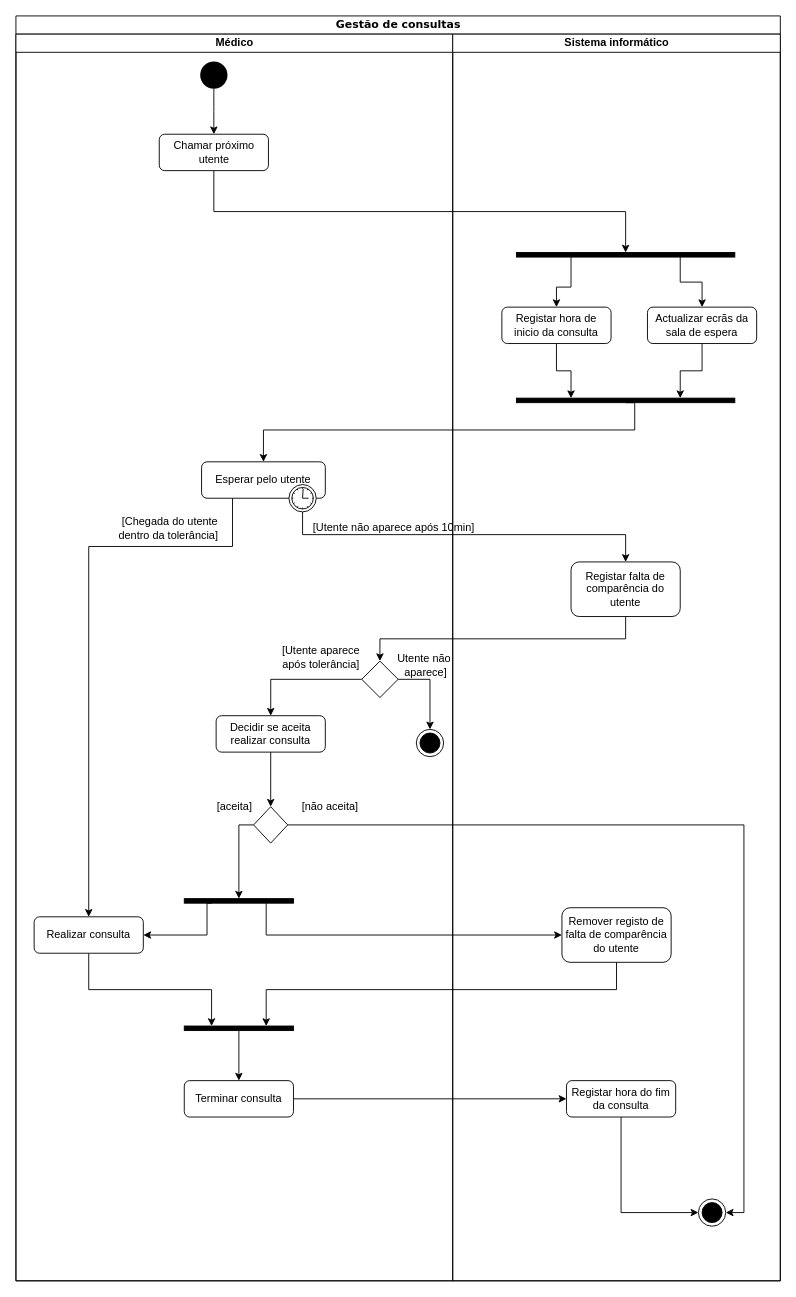
carlan92/Hospital_Management_System keeps this draw.io diagram as page "Gestão consulta" (6 of 6) of 2. Diagramas de Actividades.drawio. Above is the earlier version. Source tidied: cells renumbered, new cells numbered last; positions are measured from the earlier drawing's top-left corner, leaving out a move shared by most shapes. Both pictures are drawn from the tidied source at 91%, with x=0, y=0 at pixel (15, 15).
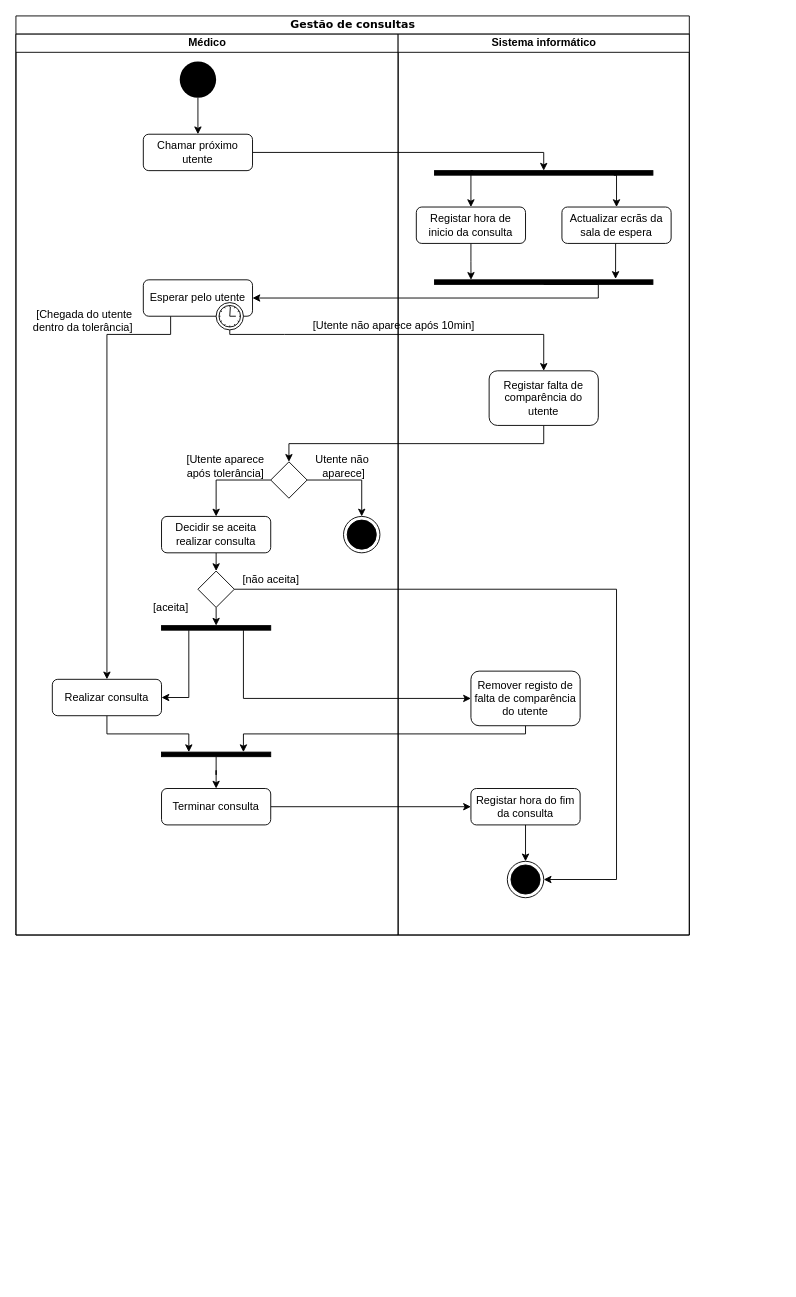
The same page after the edit.

Unchanged cells that the change refers to:
```xml
<mxCell id="26" style="shape=mxgraph.bpmn.timer_start;perimeter=ellipsePerimeter;html=1;verticalLabelPosition=bottom;verticalAlign=top;outlineConnect=0;" parent="25" vertex="1">
  <mxGeometry x="1" y="1" width="30" height="30" relative="1" as="geometry">
    <mxPoint x="-40" y="-15" as="offset" />
  </mxGeometry>
</mxCell>
```

The edit, as a diff of the source:
```diff
@@
     <mxCell id="2" value="Gestão de consultas" style="swimlane;html=1;startSize=20;rounded=0;shadow=0;comic=0;labelBackgroundColor=none;strokeWidth=1;fontFamily=Verdana;fontSize=12;align=center;" parent="1" vertex="1">
-      <mxGeometry width="840" height="1390" as="geometry" />
+      <mxGeometry width="740" height="1010" as="geometry" />
     </mxCell>
-    <mxCell id="3" style="edgeStyle=orthogonalEdgeStyle;rounded=0;jettySize=auto;html=1;exitX=0.5;exitY=1;exitDx=0;exitDy=0;strokeColor=#000000;" parent="2" edge="1" source="11" target="49">
+    <mxCell id="3" style="edgeStyle=orthogonalEdgeStyle;rounded=0;jettySize=auto;html=1;exitX=1;exitY=0.5;exitDx=0;exitDy=0;strokeColor=#000000;entryX=0.5;entryY=1;entryDx=0;entryDy=0;" parent="2" edge="1" source="11" target="49">
       <mxGeometry relative="1" as="geometry" />
     </mxCell>
-    <mxCell id="4" style="edgeStyle=orthogonalEdgeStyle;rounded=0;jettySize=auto;html=1;exitX=0.5;exitY=0;exitDx=0;exitDy=0;strokeColor=#000000;" parent="2" edge="1" source="50" target="25">
-      <mxGeometry relative="1" as="geometry">
-        <Array as="points">
-          <mxPoint x="680" y="455" />
-          <mxPoint x="272" y="455" />
-        </Array>
-      </mxGeometry>
-    </mxCell>
     <mxCell id="5" style="edgeStyle=orthogonalEdgeStyle;rounded=0;jettySize=auto;html=1;exitX=0.5;exitY=1;exitDx=0;exitDy=0;exitPerimeter=0;strokeColor=#000000;entryX=0.5;entryY=0;entryDx=0;entryDy=0;" parent="2" edge="1" source="26" target="44">
       <mxGeometry relative="1" as="geometry">
         <Array as="points">
-          <mxPoint x="315" y="570" />
-          <mxPoint x="670" y="570" />
+          <mxPoint x="295" y="350" />
+          <mxPoint x="640" y="350" />
         </Array>
       </mxGeometry>
     </mxCell>
-    <mxCell id="6" style="edgeStyle=orthogonalEdgeStyle;rounded=0;jettySize=auto;html=1;exitX=0.25;exitY=0;exitDx=0;exitDy=0;entryX=0;entryY=0.5;entryDx=0;entryDy=0;strokeColor=#000000;" parent="2" edge="1" source="23" target="45">
-      <mxGeometry relative="1" as="geometry">
-        <Array as="points">
-          <mxPoint x="275" y="1010" />
-        </Array>
-      </mxGeometry>
-    </mxCell>
+    <mxCell id="36" style="edgeStyle=orthogonalEdgeStyle;rounded=0;jettySize=auto;html=1;exitX=0.5;exitY=1;exitDx=0;exitDy=0;entryX=0.5;entryY=0;entryDx=0;entryDy=0;strokeColor=#000000;" parent="2" edge="1" source="44" target="29">
+      <mxGeometry relative="1" as="geometry">
+        <Array as="points">
+          <mxPoint x="580" y="470" />
+          <mxPoint x="300" y="470" />
+        </Array>
+      </mxGeometry>
+    </mxCell>
+    <mxCell id="38" style="edgeStyle=orthogonalEdgeStyle;rounded=0;jettySize=auto;html=1;entryX=0.25;entryY=1;entryDx=0;entryDy=0;exitX=0.5;exitY=1;exitDx=0;exitDy=0;" parent="2" edge="1" source="45" target="54">
+      <mxGeometry relative="1" as="geometry">
+        <Array as="points">
+          <mxPoint x="560" y="789" />
+          <mxPoint x="250" y="789" />
+        </Array>
+      </mxGeometry>
+    </mxCell>
@@
     <mxCell id="8" value="Médico" style="swimlane;html=1;startSize=20;" parent="2" vertex="1">
-      <mxGeometry y="20" width="480" height="1370" as="geometry" />
+      <mxGeometry y="20" width="420" height="990" as="geometry" />
     </mxCell>
     <mxCell id="9" style="ellipse;fillColor=#000000;strokeColor=none;" parent="8" vertex="1">
-      <mxGeometry x="202.5" y="30" width="30" height="30" as="geometry" />
+      <mxGeometry x="180" y="30" width="40" height="40" as="geometry" />
     </mxCell>
-    <mxCell id="10" style="edgeStyle=orthogonalEdgeStyle;rounded=0;jettySize=auto;html=1;exitX=0.5;exitY=1;exitDx=0;exitDy=0;entryX=0.5;entryY=0;entryDx=0;entryDy=0;" parent="8" edge="1" source="9">
-      <mxGeometry relative="1" as="geometry">
-        <mxPoint x="217.5" y="110" as="targetPoint" />
-      </mxGeometry>
+    <mxCell id="10" style="edgeStyle=orthogonalEdgeStyle;rounded=0;jettySize=auto;html=1;exitX=0.5;exitY=1;exitDx=0;exitDy=0;entryX=0.5;entryY=0;entryDx=0;entryDy=0;" parent="8" edge="1" source="9" target="11">
+      <mxGeometry relative="1" as="geometry" />
     </mxCell>
     <mxCell id="11" value="Chamar próximo utente" style="rounded=1;whiteSpace=wrap;html=1;" parent="8" vertex="1">
-      <mxGeometry x="157.5" y="110" width="120" height="40" as="geometry" />
+      <mxGeometry x="140" y="110" width="120" height="40" as="geometry" />
     </mxCell>
-    <mxCell id="12" style="edgeStyle=orthogonalEdgeStyle;rounded=0;jettySize=auto;html=1;exitX=0.5;exitY=1;exitDx=0;exitDy=0;entryX=0.75;entryY=1;entryDx=0;entryDy=0;" parent="8" edge="1" source="13" target="35">
+    <mxCell id="12" style="edgeStyle=orthogonalEdgeStyle;rounded=0;jettySize=auto;html=1;exitX=0.5;exitY=1;exitDx=0;exitDy=0;entryX=0.75;entryY=1;entryDx=0;entryDy=0;" parent="8" edge="1" source="13" target="54">
       <mxGeometry relative="1" as="geometry">
         <Array as="points">
-          <mxPoint x="80" y="1050" />
-          <mxPoint x="215" y="1050" />
+          <mxPoint x="100" y="769" />
+          <mxPoint x="190" y="769" />
         </Array>
       </mxGeometry>
     </mxCell>
     <mxCell id="13" value="Realizar consulta" style="rounded=1;whiteSpace=wrap;html=1;" parent="8" vertex="1">
-      <mxGeometry x="20" y="970" width="120" height="40" as="geometry" />
+      <mxGeometry x="40" y="709" width="120" height="40" as="geometry" />
     </mxCell>
@@
     <mxCell id="15" value="Decidir se aceita realizar consulta" style="rounded=1;whiteSpace=wrap;html=1;" parent="8" vertex="1">
-      <mxGeometry x="220" y="749" width="120" height="40" as="geometry" />
+      <mxGeometry x="160" y="530" width="120" height="40" as="geometry" />
     </mxCell>
-    <mxCell id="16" style="edgeStyle=orthogonalEdgeStyle;rounded=0;jettySize=auto;html=1;entryX=0.5;entryY=1;entryDx=0;entryDy=0;exitX=0;exitY=0.5;exitDx=0;exitDy=0;" parent="8" edge="1" source="17" target="23">
-      <mxGeometry relative="1" as="geometry">
-        <Array as="points">
-          <mxPoint x="245" y="869" />
-        </Array>
-      </mxGeometry>
+    <mxCell id="16" style="edgeStyle=orthogonalEdgeStyle;rounded=0;jettySize=auto;html=1;exitX=0.5;exitY=1;exitDx=0;exitDy=0;entryX=0.5;entryY=1;entryDx=0;entryDy=0;" parent="8" edge="1" source="17" target="53">
+      <mxGeometry relative="1" as="geometry" />
     </mxCell>
     <mxCell id="17" style="rhombus;whiteSpace=wrap;html=1;" parent="8" vertex="1">
-      <mxGeometry x="261.2" y="849" width="37.5" height="40" as="geometry" />
+      <mxGeometry x="200" y="590" width="40" height="40" as="geometry" />
     </mxCell>
     <mxCell id="18" value="Terminar consulta" style="rounded=1;whiteSpace=wrap;html=1;" parent="8" vertex="1">
-      <mxGeometry x="185" y="1150" width="120" height="40" as="geometry" />
+      <mxGeometry x="160" y="829" width="120" height="40" as="geometry" />
     </mxCell>
     <mxCell id="19" value="[Chegada do utente &lt;br&gt;dentro da tolerância]&amp;nbsp;" style="text;html=1;align=center;verticalAlign=middle;" parent="8" vertex="1">
-      <mxGeometry x="104" y="528" width="130" height="30" as="geometry" />
+      <mxGeometry x="10" y="300" width="130" height="30" as="geometry" />
     </mxCell>
     <mxCell id="20" value="[Utente não aparece após&amp;nbsp;10min]" style="text;html=1;align=center;verticalAlign=middle;" parent="8" vertex="1">
-      <mxGeometry x="320" y="533" width="190" height="20" as="geometry" />
+      <mxGeometry x="320" y="310" width="190" height="20" as="geometry" />
     </mxCell>
     <mxCell id="21" value="[não aceita]" style="text;html=1;align=center;verticalAlign=middle;" parent="8" vertex="1">
-      <mxGeometry x="305" y="839" width="80" height="20" as="geometry" />
+      <mxGeometry x="240" y="590" width="80" height="20" as="geometry" />
     </mxCell>
-    <mxCell id="22" style="edgeStyle=orthogonalEdgeStyle;rounded=0;jettySize=auto;html=1;entryX=1;entryY=0.5;entryDx=0;entryDy=0;strokeColor=#000000;exitX=0.75;exitY=0;exitDx=0;exitDy=0;" parent="8" edge="1" source="23" target="13">
+    <mxCell id="22" style="edgeStyle=orthogonalEdgeStyle;rounded=0;jettySize=auto;html=1;entryX=1;entryY=0.5;entryDx=0;entryDy=0;strokeColor=#000000;exitX=0.75;exitY=0;exitDx=0;exitDy=0;" parent="8" edge="1" source="53" target="13">
       <mxGeometry relative="1" as="geometry">
         <Array as="points">
-          <mxPoint x="210" y="990" />
+          <mxPoint x="190" y="729" />
         </Array>
       </mxGeometry>
     </mxCell>
-    <mxCell id="23" style="rounded=0;whiteSpace=wrap;html=1;fillColor=#000000;direction=west;" parent="8" vertex="1">
-      <mxGeometry x="185" y="950" width="120" height="5" as="geometry" />
-    </mxCell>
     <mxCell id="24" style="edgeStyle=orthogonalEdgeStyle;rounded=0;jettySize=auto;html=1;exitX=0.25;exitY=1;exitDx=0;exitDy=0;strokeColor=#000000;entryX=0.5;entryY=0;entryDx=0;entryDy=0;" parent="8" edge="1" source="25" target="13">
       <mxGeometry relative="1" as="geometry">
         <Array as="points">
-          <mxPoint x="238" y="563" />
-          <mxPoint x="80" y="563" />
+          <mxPoint x="170" y="330" />
+          <mxPoint x="100" y="330" />
         </Array>
       </mxGeometry>
     </mxCell>
     <mxCell id="25" value="Esperar pelo utente" style="html=1;whiteSpace=wrap;rounded=1;" parent="8" vertex="1">
-      <mxGeometry x="204" y="470" width="136" height="40" as="geometry" />
+      <mxGeometry x="140" y="270" width="120" height="40" as="geometry" />
     </mxCell>
@@
     <mxCell id="29" style="rhombus;whiteSpace=wrap;html=1;fillColor=#FFFFFF;" parent="8" vertex="1">
-      <mxGeometry x="380" y="689" width="40" height="40" as="geometry" />
+      <mxGeometry x="280" y="470" width="40" height="40" as="geometry" />
     </mxCell>
     <mxCell id="30" style="ellipse;html=1;shape=endState;fillColor=#000000;strokeColor=#000000;" parent="8" vertex="1">
-      <mxGeometry x="440" y="764" width="30" height="30" as="geometry" />
+      <mxGeometry x="360" y="530" width="40" height="40" as="geometry" />
     </mxCell>
     <mxCell id="31" value="Utente não&amp;nbsp;&lt;br&gt;aparece]" style="text;html=1;align=center;verticalAlign=middle;" parent="8" vertex="1">
-      <mxGeometry x="410" y="679" width="80" height="30" as="geometry" />
+      <mxGeometry x="320" y="460" width="80" height="30" as="geometry" />
     </mxCell>
     <mxCell id="32" value="[Utente aparece &lt;br&gt;após tolerância]" style="text;html=1;align=center;verticalAlign=middle;" parent="8" vertex="1">
-      <mxGeometry x="285" y="670" width="100" height="30" as="geometry" />
+      <mxGeometry x="180" y="460" width="100" height="30" as="geometry" />
     </mxCell>
     <mxCell id="33" value="[aceita]" style="text;html=1;align=center;verticalAlign=middle;" parent="8" vertex="1">
-      <mxGeometry x="215" y="839" width="50" height="20" as="geometry" />
+      <mxGeometry x="145" y="620" width="50" height="20" as="geometry" />
     </mxCell>
-    <mxCell id="34" style="edgeStyle=orthogonalEdgeStyle;rounded=0;jettySize=auto;html=1;" parent="8" edge="1" source="35" target="18">
+    <mxCell id="34" style="edgeStyle=orthogonalEdgeStyle;rounded=0;jettySize=auto;html=1;exitX=0.5;exitY=0;exitDx=0;exitDy=0;" parent="8" edge="1" source="54" target="18">
       <mxGeometry relative="1" as="geometry" />
     </mxCell>
-    <mxCell id="35" style="rounded=0;whiteSpace=wrap;html=1;fillColor=#000000;direction=west;" parent="8" vertex="1">
-      <mxGeometry x="185" y="1090" width="120" height="5" as="geometry" />
-    </mxCell>
-    <mxCell id="36" style="edgeStyle=orthogonalEdgeStyle;rounded=0;jettySize=auto;html=1;exitX=0.5;exitY=1;exitDx=0;exitDy=0;entryX=0.5;entryY=0;entryDx=0;entryDy=0;strokeColor=#000000;" parent="2" edge="1" source="44" target="29">
-      <mxGeometry relative="1" as="geometry" />
-    </mxCell>
+    <mxCell id="53" style="rounded=0;whiteSpace=wrap;html=1;fillColor=#000000;direction=west;" parent="8" vertex="1">
+      <mxGeometry x="160" y="650" width="120" height="5" as="geometry" />
+    </mxCell>
+    <mxCell id="54" style="rounded=0;whiteSpace=wrap;html=1;fillColor=#000000;direction=west;" parent="8" vertex="1">
+      <mxGeometry x="160" y="789" width="120" height="5" as="geometry" />
+    </mxCell>
+    <mxCell id="4" style="edgeStyle=orthogonalEdgeStyle;rounded=0;jettySize=auto;html=1;exitX=0.5;exitY=0;exitDx=0;exitDy=0;strokeColor=#000000;entryX=1;entryY=0.5;entryDx=0;entryDy=0;" parent="2" edge="1" source="50" target="25">
+      <mxGeometry relative="1" as="geometry">
+        <Array as="points">
+          <mxPoint x="640" y="310" />
+        </Array>
+      </mxGeometry>
+    </mxCell>
+    <mxCell id="6" style="edgeStyle=orthogonalEdgeStyle;rounded=0;jettySize=auto;html=1;exitX=0.25;exitY=0;exitDx=0;exitDy=0;entryX=0;entryY=0.5;entryDx=0;entryDy=0;strokeColor=#000000;" parent="2" edge="1" source="53" target="45">
+      <mxGeometry relative="1" as="geometry">
+        <Array as="points">
+          <mxPoint x="250" y="750" />
+        </Array>
+      </mxGeometry>
+    </mxCell>
     <mxCell id="37" style="edgeStyle=orthogonalEdgeStyle;rounded=0;jettySize=auto;html=1;exitX=1;exitY=0.5;exitDx=0;exitDy=0;strokeColor=#000000;entryX=1;entryY=0.5;entryDx=0;entryDy=0;" parent="2" edge="1" source="17" target="52">
       <mxGeometry relative="1" as="geometry">
         <Array as="points">
-          <mxPoint x="800" y="889" />
-          <mxPoint x="800" y="1315" />
+          <mxPoint x="660" y="630" />
+          <mxPoint x="660" y="949" />
         </Array>
       </mxGeometry>
     </mxCell>
-    <mxCell id="38" style="edgeStyle=orthogonalEdgeStyle;rounded=0;jettySize=auto;html=1;entryX=0.25;entryY=1;entryDx=0;entryDy=0;exitX=0.5;exitY=1;exitDx=0;exitDy=0;" parent="2" edge="1" source="45" target="35">
-      <mxGeometry relative="1" as="geometry">
-        <Array as="points">
-          <mxPoint x="660" y="1070" />
-          <mxPoint x="275" y="1070" />
-        </Array>
-      </mxGeometry>
-    </mxCell>
     <mxCell id="39" value="Sistema informático" style="swimlane;html=1;startSize=20;" parent="2" vertex="1">
-      <mxGeometry x="480" y="20" width="360" height="1370" as="geometry" />
+      <mxGeometry x="420" y="20" width="320" height="990" as="geometry" />
     </mxCell>
-    <mxCell id="40" style="edgeStyle=orthogonalEdgeStyle;rounded=0;jettySize=auto;html=1;exitX=0.5;exitY=1;exitDx=0;exitDy=0;entryX=0.25;entryY=1;entryDx=0;entryDy=0;" parent="39" edge="1" source="41" target="50">
+    <mxCell id="40" style="edgeStyle=orthogonalEdgeStyle;rounded=0;jettySize=auto;html=1;exitX=0.5;exitY=1;exitDx=0;exitDy=0;entryX=0.171;entryY=1.2;entryDx=0;entryDy=0;entryPerimeter=0;" parent="39" edge="1" source="41" target="50">
       <mxGeometry relative="1" as="geometry" />
     </mxCell>
     <mxCell id="41" value="Actualizar ecrãs da sala de espera" style="rounded=1;whiteSpace=wrap;html=1;" parent="39" vertex="1">
-      <mxGeometry x="214" y="300" width="120" height="40" as="geometry" />
+      <mxGeometry x="180" y="190" width="120" height="40" as="geometry" />
     </mxCell>
-    <mxCell id="42" style="edgeStyle=orthogonalEdgeStyle;rounded=0;jettySize=auto;html=1;exitX=0.5;exitY=1;exitDx=0;exitDy=0;entryX=0.75;entryY=1;entryDx=0;entryDy=0;" parent="39" edge="1" source="43" target="50">
+    <mxCell id="42" style="edgeStyle=orthogonalEdgeStyle;rounded=0;jettySize=auto;html=1;exitX=0.5;exitY=1;exitDx=0;exitDy=0;entryX=0.833;entryY=1;entryDx=0;entryDy=0;entryPerimeter=0;" parent="39" edge="1" source="43" target="50">
       <mxGeometry relative="1" as="geometry" />
     </mxCell>
     <mxCell id="43" value="Registar hora de inicio da consulta" style="rounded=1;whiteSpace=wrap;html=1;" parent="39" vertex="1">
-      <mxGeometry x="54" y="300" width="120" height="40" as="geometry" />
+      <mxGeometry x="20" y="190" width="120" height="40" as="geometry" />
     </mxCell>
     <mxCell id="44" value="Registar falta de comparência do utente" style="rounded=1;whiteSpace=wrap;html=1;" parent="39" vertex="1">
-      <mxGeometry x="130" y="580" width="120" height="60" as="geometry" />
+      <mxGeometry x="100" y="370" width="120" height="60" as="geometry" />
     </mxCell>
     <mxCell id="45" value="Remover registo de falta de comparência do utente" style="rounded=1;whiteSpace=wrap;html=1;" parent="39" vertex="1">
-      <mxGeometry x="120" y="960" width="120" height="60" as="geometry" />
+      <mxGeometry x="80" y="700" width="120" height="60" as="geometry" />
     </mxCell>
     <mxCell id="46" value="Registar hora do fim da consulta" style="rounded=1;whiteSpace=wrap;html=1;" parent="39" vertex="1">
-      <mxGeometry x="125" y="1150" width="120" height="40" as="geometry" />
+      <mxGeometry x="80" y="829" width="120" height="40" as="geometry" />
     </mxCell>
-    <mxCell id="47" style="edgeStyle=orthogonalEdgeStyle;rounded=0;jettySize=auto;html=1;exitX=0.25;exitY=0;exitDx=0;exitDy=0;entryX=0.5;entryY=0;entryDx=0;entryDy=0;" parent="39" edge="1" source="49" target="41">
-      <mxGeometry relative="1" as="geometry" />
+    <mxCell id="47" style="edgeStyle=orthogonalEdgeStyle;rounded=0;jettySize=auto;html=1;exitX=0.179;exitY=0;exitDx=0;exitDy=0;entryX=0.5;entryY=0;entryDx=0;entryDy=0;exitPerimeter=0;" parent="39" edge="1" source="49" target="41">
+      <mxGeometry relative="1" as="geometry">
+        <Array as="points">
+          <mxPoint x="240" y="155" />
+        </Array>
+      </mxGeometry>
     </mxCell>
-    <mxCell id="48" style="edgeStyle=orthogonalEdgeStyle;rounded=0;jettySize=auto;html=1;exitX=0.75;exitY=1;exitDx=0;exitDy=0;entryX=0.5;entryY=0;entryDx=0;entryDy=0;" parent="39" edge="1" source="49" target="43">
+    <mxCell id="48" style="edgeStyle=orthogonalEdgeStyle;rounded=0;jettySize=auto;html=1;exitX=0.825;exitY=0.8;exitDx=0;exitDy=0;entryX=0.5;entryY=0;entryDx=0;entryDy=0;exitPerimeter=0;" parent="39" edge="1" source="49" target="43">
       <mxGeometry relative="1" as="geometry">
         <Array as="points">
-          <mxPoint x="130" y="278" />
-          <mxPoint x="114" y="278" />
+          <mxPoint x="82" y="150" />
+          <mxPoint x="80" y="150" />
         </Array>
       </mxGeometry>
     </mxCell>
     <mxCell id="49" style="rounded=0;whiteSpace=wrap;html=1;fillColor=#000000;direction=west;" parent="39" vertex="1">
-      <mxGeometry x="70" y="240" width="240" height="5" as="geometry" />
+      <mxGeometry x="40" y="150" width="240" height="5" as="geometry" />
     </mxCell>
     <mxCell id="50" style="rounded=0;whiteSpace=wrap;html=1;fillColor=#000000;direction=west;" parent="39" vertex="1">
-      <mxGeometry x="70" y="400" width="240" height="5" as="geometry" />
+      <mxGeometry x="40" y="270" width="240" height="5" as="geometry" />
     </mxCell>
-    <mxCell id="51" style="edgeStyle=orthogonalEdgeStyle;rounded=0;jettySize=auto;html=1;exitX=0.5;exitY=1;exitDx=0;exitDy=0;entryX=0;entryY=0.5;entryDx=0;entryDy=0;" parent="39" edge="1" source="46" target="52">
+    <mxCell id="51" style="edgeStyle=orthogonalEdgeStyle;rounded=0;jettySize=auto;html=1;exitX=0.5;exitY=1;exitDx=0;exitDy=0;entryX=0.5;entryY=0;entryDx=0;entryDy=0;" parent="39" edge="1" source="46" target="52">
       <mxGeometry relative="1" as="geometry" />
     </mxCell>
     <mxCell id="52" style="ellipse;html=1;shape=endState;fillColor=#000000;strokeColor=#000000;" parent="39" vertex="1">
-      <mxGeometry x="270" y="1280" width="30" height="30" as="geometry" />
+      <mxGeometry x="120" y="909" width="40" height="40" as="geometry" />
     </mxCell>
```
